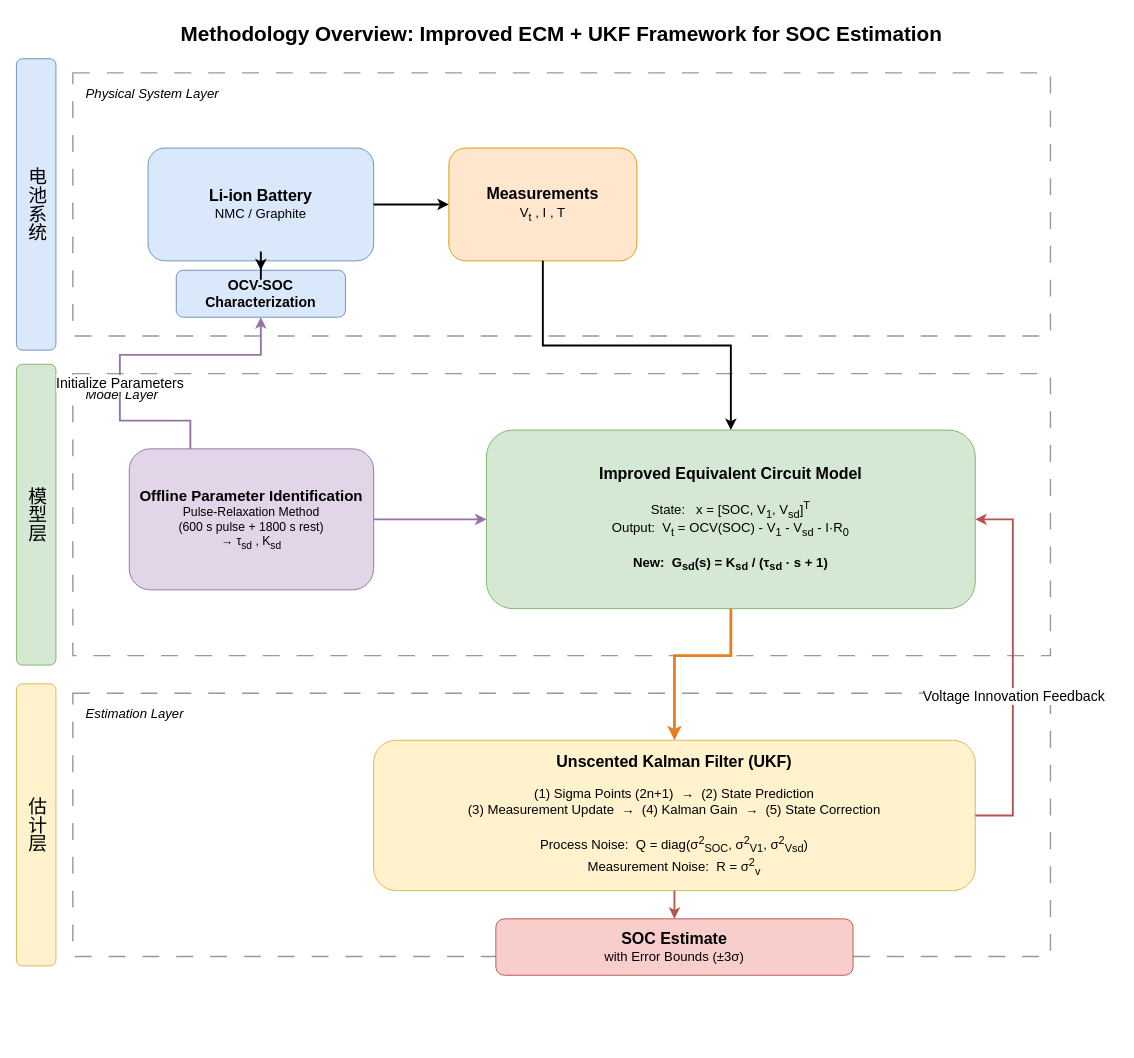
Earlier version of the draw.io diagram fig_methodology.drawio.xml (Shibaipeng/sdr-soc-estimator). Source tidied: cells renumbered, new cells numbered last; positions are measured from the earlier drawing's top-left corner, leaving out a move shared by most shapes. Both pictures are drawn from the tidied source at 94%, with x=0, y=0 at pixel (16, 16).
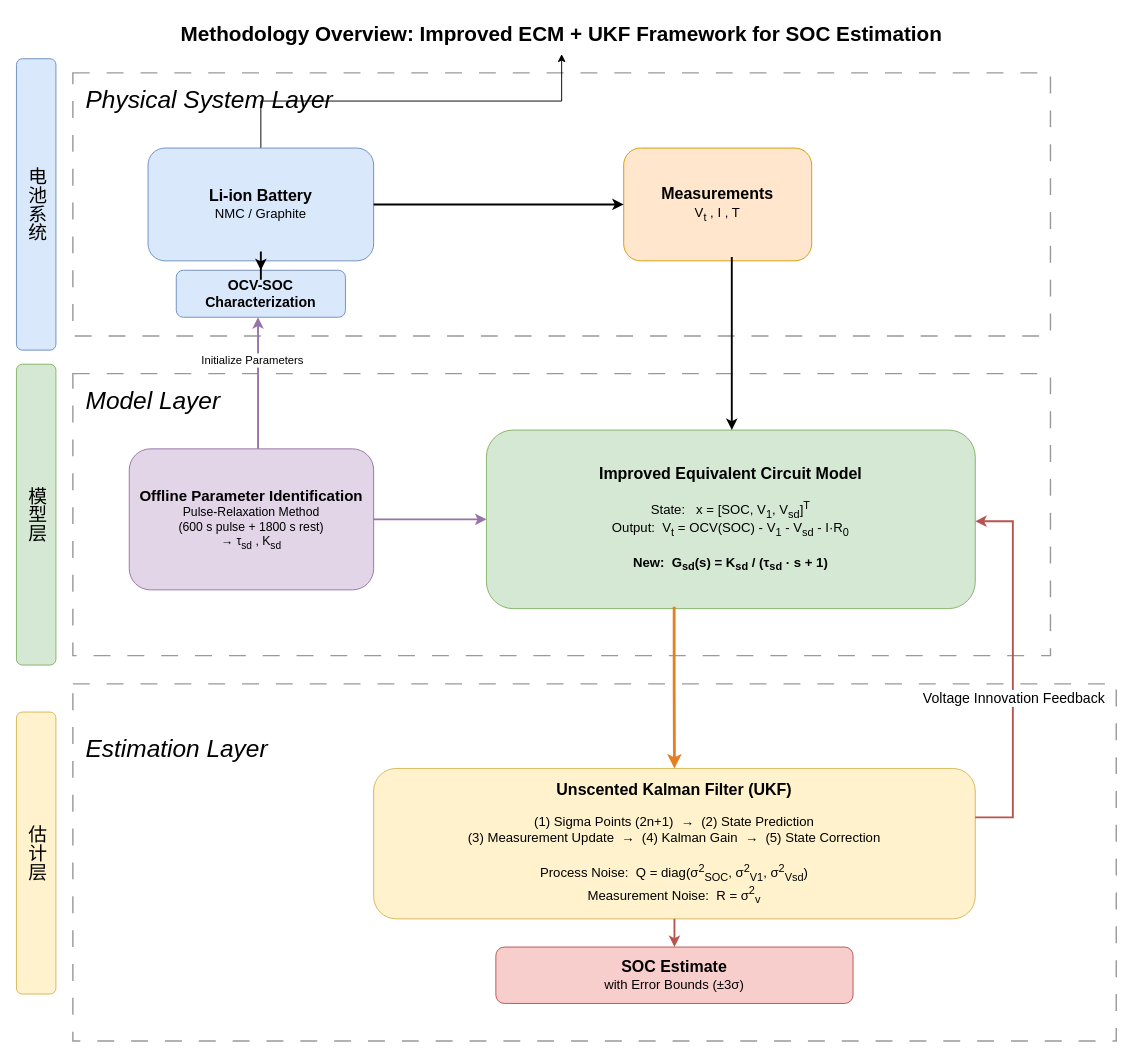
After the change.

Commit message (it also covers changes not shown here):
Update methodology framework figure with new design

Unchanged cells that the change refers to:
```xml
<mxCell id="5" value="&lt;font style=&quot;font-size: 17px;&quot;&gt;&lt;b&gt;Li-ion Battery&lt;/b&gt;&lt;/font&gt;&lt;br&gt;&lt;font style=&quot;font-size: 14px;&quot;&gt;NMC / Graphite&lt;/font&gt;" style="rounded=1;whiteSpace=wrap;html=1;fillColor=#dae8fc;strokeColor=#6c8ebf;" parent="1" vertex="1">
  <mxGeometry x="140" y="140" width="240" height="120" as="geometry" />
</mxCell>
<mxCell id="8" value="&lt;font style=&quot;font-size: 15px;&quot;&gt;&lt;b&gt;OCV-SOC Characterization&lt;/b&gt;&lt;/font&gt;" style="rounded=1;whiteSpace=wrap;html=1;fillColor=#dae8fc;strokeColor=#6c8ebf;" parent="1" vertex="1">
  <mxGeometry x="170" y="270" width="180" height="50" as="geometry" />
</mxCell>
<mxCell id="13" value="&lt;font style=&quot;font-size: 16px;&quot;&gt;&lt;b&gt;Offline Parameter Identification&lt;/b&gt;&lt;/font&gt;&lt;br&gt;&lt;font style=&quot;font-size: 13px;&quot;&gt;Pulse-Relaxation Method&lt;br&gt;(600 s pulse + 1800 s rest)&lt;br&gt;→ &amp;tau;&lt;sub&gt;sd&lt;/sub&gt; , K&lt;sub&gt;sd&lt;/sub&gt;&lt;/font&gt;" style="rounded=1;whiteSpace=wrap;html=1;fillColor=#e1d5e7;strokeColor=#9673a6;" parent="1" vertex="1">
  <mxGeometry x="120" y="460" width="260" height="150" as="geometry" />
</mxCell>
<mxCell id="14" value="&lt;font style=&quot;font-size: 17px;&quot;&gt;&lt;b&gt;Improved Equivalent Circuit Model&lt;/b&gt;&lt;/font&gt;&lt;br&gt;&lt;br&gt;&lt;font style=&quot;font-size: 14px;&quot;&gt;State:&amp;nbsp;&amp;nbsp; x = [SOC, V&lt;sub&gt;1&lt;/sub&gt;, V&lt;sub&gt;sd&lt;/sub&gt;]&lt;sup&gt;T&lt;/sup&gt;&lt;br&gt;Output:&amp;nbsp; V&lt;sub&gt;t&lt;/sub&gt; = OCV(SOC) - V&lt;sub&gt;1&lt;/sub&gt; - V&lt;sub&gt;sd&lt;/sub&gt; - I·R&lt;sub&gt;0&lt;/sub&gt;&lt;br&gt;&lt;br&gt;&lt;b&gt;New:&amp;nbsp; G&lt;sub&gt;sd&lt;/sub&gt;(s) = K&lt;sub&gt;sd&lt;/sub&gt; / (&amp;tau;&lt;sub&gt;sd&lt;/sub&gt; · s + 1)&lt;/b&gt;&lt;/font&gt;" style="rounded=1;whiteSpace=wrap;html=1;fillColor=#d5e8d4;strokeColor=#82b366;" parent="1" vertex="1">
  <mxGeometry x="500" y="440" width="520" height="190" as="geometry" />
</mxCell>
<mxCell id="28" value="&lt;font style=&quot;font-size: 22px;&quot;&gt;&lt;b&gt;Methodology Overview: Improved ECM + UKF Framework for SOC Estimation&lt;/b&gt;&lt;/font&gt;" style="text;html=1;align=center;verticalAlign=middle;whiteSpace=wrap;" parent="1" vertex="1">
  <mxGeometry x="100" width="960" height="40" as="geometry" />
</mxCell>
```

The edit, as a diff of the source:
```diff
@@
-    <mxCell id="2" style="rounded=0;whiteSpace=wrap;html=1;dashed=1;dashPattern=12 12;fillColor=none;strokeColor=#999999;strokeWidth=1.5;" parent="1" vertex="1">
-      <mxGeometry x="60" y="60" width="1040" height="280" as="geometry" />
-    </mxCell>
+    <mxCell id="29" style="rounded=0;whiteSpace=wrap;html=1;dashed=1;dashPattern=12 12;fillColor=none;strokeColor=#999999;strokeWidth=1.5;" parent="1" vertex="1">
+      <mxGeometry x="60" y="60" width="1040" height="280" as="geometry" />
+    </mxCell>
-    <mxCell id="3" value="&lt;font style=&quot;font-size: 14px; font-style: italic;&quot;&gt;Physical System Layer&lt;/font&gt;" style="text;html=1;align=left;verticalAlign=top;whiteSpace=wrap;spacing=4;" parent="1" vertex="1">
-      <mxGeometry x="70" y="65" width="220" height="22" as="geometry" />
+    <mxCell id="3" value="&lt;font style=&quot;font-style: italic;&quot;&gt;Physical System Layer&lt;/font&gt;" style="text;html=1;align=left;verticalAlign=top;whiteSpace=wrap;spacing=4;fontSize=26;" parent="1" vertex="1">
+      <mxGeometry x="70" y="65" width="300" height="22" as="geometry" />
     </mxCell>
@@
+    <mxCell id="30" style="edgeStyle=orthogonalEdgeStyle;rounded=0;jettySize=auto;html=1;" parent="1" edge="1" source="5" target="28">
+      <mxGeometry relative="1" as="geometry" />
+    </mxCell>
@@
     <mxCell id="6" value="&lt;font style=&quot;font-size: 17px;&quot;&gt;&lt;b&gt;Measurements&lt;/b&gt;&lt;/font&gt;&lt;br&gt;&lt;font style=&quot;font-size: 14px;&quot;&gt;V&lt;sub&gt;t&lt;/sub&gt; , I , T&lt;/font&gt;" style="rounded=1;whiteSpace=wrap;html=1;fillColor=#ffe6cc;strokeColor=#d79b00;" parent="1" vertex="1">
-      <mxGeometry x="460" y="140" width="200" height="120" as="geometry" />
+      <mxGeometry x="646" y="140" width="200" height="120" as="geometry" />
     </mxCell>
@@
-    <mxCell id="10" style="rounded=0;whiteSpace=wrap;html=1;dashed=1;dashPattern=12 12;fillColor=none;strokeColor=#999999;strokeWidth=1.5;" parent="1" vertex="1">
-      <mxGeometry x="60" y="380" width="1040" height="300" as="geometry" />
-    </mxCell>
+    <mxCell id="31" style="rounded=0;whiteSpace=wrap;html=1;dashed=1;dashPattern=12 12;fillColor=none;strokeColor=#999999;strokeWidth=1.5;" parent="1" vertex="1">
+      <mxGeometry x="60" y="380" width="1040" height="300" as="geometry" />
+    </mxCell>
-    <mxCell id="11" value="&lt;font style=&quot;font-size: 14px; font-style: italic;&quot;&gt;Model Layer&lt;/font&gt;" style="text;html=1;align=left;verticalAlign=top;whiteSpace=wrap;spacing=4;" parent="1" vertex="1">
+    <mxCell id="11" value="&lt;font style=&quot;font-style: italic;&quot;&gt;Model Layer&lt;/font&gt;" style="text;html=1;align=left;verticalAlign=top;whiteSpace=wrap;spacing=4;fontSize=26;" parent="1" vertex="1">
       <mxGeometry x="70" y="385" width="180" height="22" as="geometry" />
     </mxCell>
@@
-    <mxCell id="16" style="edgeStyle=orthogonalEdgeStyle;rounded=0;jettySize=auto;html=1;strokeWidth=2;entryX=0.5;entryY=0;entryDx=0;entryDy=0;exitX=0.5;exitY=1;exitDx=0;exitDy=0;" parent="1" edge="1" source="6" target="14">
-      <mxGeometry relative="1" as="geometry">
-        <Array as="points">
-          <mxPoint x="560" y="350" />
-          <mxPoint x="760" y="350" />
-        </Array>
-      </mxGeometry>
-    </mxCell>
-    <mxCell id="17" style="edgeStyle=orthogonalEdgeStyle;rounded=0;jettySize=auto;html=1;strokeWidth=2;strokeColor=#9673a6;exitX=0.25;exitY=0;exitDx=0;exitDy=0;entryX=0.5;entryY=1;entryDx=0;entryDy=0;" parent="1" edge="1" source="13" target="8">
-      <mxGeometry relative="1" as="geometry">
-        <Array as="points">
-          <mxPoint x="185" y="430" />
-          <mxPoint x="110" y="430" />
-          <mxPoint x="110" y="360" />
-          <mxPoint x="260" y="360" />
-        </Array>
-      </mxGeometry>
-    </mxCell>
+    <mxCell id="32" style="edgeStyle=orthogonalEdgeStyle;rounded=0;orthogonalLoop=1;jettySize=auto;html=1;strokeWidth=2;entryX=0.5;entryY=0;entryDx=0;entryDy=0;" parent="1" edge="1">
+      <mxGeometry relative="1" as="geometry">
+        <mxPoint x="760" y="257" as="sourcePoint" />
+        <mxPoint x="761" y="440" as="targetPoint" />
+        <Array as="points">
+          <mxPoint x="761" y="257" />
+        </Array>
+      </mxGeometry>
+    </mxCell>
+    <mxCell id="33" style="edgeStyle=orthogonalEdgeStyle;rounded=0;orthogonalLoop=1;jettySize=auto;html=1;strokeWidth=2;strokeColor=#9673a6;entryX=0.5;entryY=1;entryDx=0;entryDy=0;" parent="1" edge="1">
+      <mxGeometry relative="1" as="geometry">
+        <mxPoint x="257" y="460" as="sourcePoint" />
+        <mxPoint x="257" y="320" as="targetPoint" />
+        <Array as="points">
+          <mxPoint x="257" y="460" />
+        </Array>
+      </mxGeometry>
+    </mxCell>
-    <mxCell id="18" value="&lt;font style=&quot;font-size: 15px;&quot;&gt;Initialize Parameters&lt;/font&gt;" style="edgeLabel;html=1;align=center;verticalAlign=middle;" parent="17" vertex="1">
-      <mxGeometry x="-0.2" y="1" relative="1" as="geometry" />
+    <mxCell id="18" value="&lt;font&gt;Initialize Parameters&lt;/font&gt;" style="edgeLabel;html=1;align=center;verticalAlign=middle;fontSize=12;" parent="33" vertex="1">
+      <mxGeometry x="-0.2" y="1" relative="1" as="geometry">
+        <mxPoint x="-6" y="-39" as="offset" />
+      </mxGeometry>
     </mxCell>
-    <mxCell id="19" style="rounded=0;whiteSpace=wrap;html=1;dashed=1;dashPattern=12 12;fillColor=none;strokeColor=#999999;strokeWidth=1.5;" parent="1" vertex="1">
-      <mxGeometry x="60" y="720" width="1040" height="280" as="geometry" />
-    </mxCell>
+    <mxCell id="34" style="rounded=0;whiteSpace=wrap;html=1;dashed=1;dashPattern=12 12;fillColor=none;strokeColor=#999999;strokeWidth=1.5;" parent="1" vertex="1">
+      <mxGeometry x="60" y="710" width="1110" height="380" as="geometry" />
+    </mxCell>
-    <mxCell id="20" value="&lt;font style=&quot;font-size: 14px; font-style: italic;&quot;&gt;Estimation Layer&lt;/font&gt;" style="text;html=1;align=left;verticalAlign=top;whiteSpace=wrap;spacing=4;" parent="1" vertex="1">
-      <mxGeometry x="70" y="725" width="180" height="22" as="geometry" />
+    <mxCell id="20" value="&lt;font style=&quot;font-style: italic;&quot;&gt;Estimation Layer&lt;/font&gt;" style="text;html=1;align=left;verticalAlign=top;whiteSpace=wrap;spacing=4;fontSize=26;" parent="1" vertex="1">
+      <mxGeometry x="70" y="755" width="300" height="22" as="geometry" />
     </mxCell>
     <mxCell id="21" value="&lt;font style=&quot;font-size: 20px;&quot;&gt;估计层&lt;/font&gt;" style="rounded=1;whiteSpace=wrap;html=1;fillColor=#fff2cc;strokeColor=#d6b656;textDirection=vertical-rl;" parent="1" vertex="1">
-      <mxGeometry y="710" width="42" height="300" as="geometry" />
+      <mxGeometry y="740" width="42" height="300" as="geometry" />
     </mxCell>
     <mxCell id="22" value="&lt;font style=&quot;font-size: 17px;&quot;&gt;&lt;b&gt;Unscented Kalman Filter (UKF)&lt;/b&gt;&lt;/font&gt;&lt;br&gt;&lt;br&gt;&lt;font style=&quot;font-size: 14px;&quot;&gt;(1) Sigma Points (2n+1)&amp;nbsp;&amp;nbsp;→&amp;nbsp;&amp;nbsp;(2) State Prediction&lt;br&gt;(3) Measurement Update&amp;nbsp;&amp;nbsp;→&amp;nbsp;&amp;nbsp;(4) Kalman Gain&amp;nbsp;&amp;nbsp;→&amp;nbsp;&amp;nbsp;(5) State Correction&lt;br&gt;&lt;br&gt;Process Noise:&amp;nbsp; Q = diag(&amp;sigma;&lt;sup&gt;2&lt;/sup&gt;&lt;sub&gt;SOC&lt;/sub&gt;, &amp;sigma;&lt;sup&gt;2&lt;/sup&gt;&lt;sub&gt;V1&lt;/sub&gt;, &amp;sigma;&lt;sup&gt;2&lt;/sup&gt;&lt;sub&gt;Vsd&lt;/sub&gt;)&lt;br&gt;Measurement Noise:&amp;nbsp; R = &amp;sigma;&lt;sup&gt;2&lt;/sup&gt;&lt;sub&gt;v&lt;/sub&gt;&lt;/font&gt;" style="rounded=1;whiteSpace=wrap;html=1;fillColor=#fff2cc;strokeColor=#d6b656;" parent="1" vertex="1">
-      <mxGeometry x="380" y="770" width="640" height="160" as="geometry" />
+      <mxGeometry x="380" y="800" width="640" height="160" as="geometry" />
     </mxCell>
-    <mxCell id="23" style="edgeStyle=orthogonalEdgeStyle;rounded=0;jettySize=auto;html=1;strokeWidth=3;strokeColor=#e67e22;exitX=0.5;exitY=1;exitDx=0;exitDy=0;entryX=0.5;entryY=0;entryDx=0;entryDy=0;" parent="1" edge="1" source="14" target="22">
-      <mxGeometry relative="1" as="geometry">
-        <Array as="points">
-          <mxPoint x="760" y="680" />
-          <mxPoint x="700" y="680" />
-        </Array>
-      </mxGeometry>
+    <mxCell id="23" style="edgeStyle=orthogonalEdgeStyle;rounded=0;jettySize=auto;html=1;strokeWidth=3;strokeColor=#e67e22;entryX=0.5;entryY=0;entryDx=0;entryDy=0;exitX=0.384;exitY=0.99;exitDx=0;exitDy=0;exitPerimeter=0;" parent="1" edge="1" source="14" target="22">
+      <mxGeometry relative="1" as="geometry" />
     </mxCell>
     <mxCell id="24" value="&lt;font style=&quot;font-size: 17px;&quot;&gt;&lt;b&gt;SOC Estimate&lt;/b&gt;&lt;/font&gt;&lt;br&gt;&lt;font style=&quot;font-size: 14px;&quot;&gt;with Error Bounds (±3σ)&lt;/font&gt;" style="rounded=1;whiteSpace=wrap;html=1;fillColor=#f8cecc;strokeColor=#b85450;" parent="1" vertex="1">
-      <mxGeometry x="510" y="960" width="380" height="60" as="geometry" />
+      <mxGeometry x="510" y="990" width="380" height="60" as="geometry" />
     </mxCell>
@@
-    <mxCell id="26" style="edgeStyle=orthogonalEdgeStyle;rounded=0;jettySize=auto;html=1;strokeWidth=2;strokeColor=#b85450;exitX=1;exitY=0.5;exitDx=0;exitDy=0;entryX=1;entryY=0.5;entryDx=0;entryDy=0;" parent="1" edge="1" source="22" target="14">
-      <mxGeometry relative="1" as="geometry">
-        <Array as="points">
-          <mxPoint x="1060" y="850" />
-          <mxPoint x="1060" y="535" />
-        </Array>
-      </mxGeometry>
-    </mxCell>
+    <mxCell id="35" style="edgeStyle=orthogonalEdgeStyle;rounded=0;orthogonalLoop=1;jettySize=auto;html=1;strokeWidth=2;strokeColor=#b85450;entryX=1;entryY=0.5;entryDx=0;entryDy=0;" parent="1" edge="1">
+      <mxGeometry relative="1" as="geometry">
+        <mxPoint x="1020" y="852" as="sourcePoint" />
+        <mxPoint x="1020" y="537" as="targetPoint" />
+        <Array as="points">
+          <mxPoint x="1060" y="852" />
+          <mxPoint x="1060" y="537" />
+        </Array>
+      </mxGeometry>
+    </mxCell>
-    <mxCell id="27" value="&lt;font style=&quot;font-size: 15px;&quot;&gt;Voltage Innovation Feedback&lt;/font&gt;" style="edgeLabel;html=1;align=center;verticalAlign=middle;" parent="26" vertex="1">
+    <mxCell id="27" value="&lt;font style=&quot;font-size: 15px;&quot;&gt;Voltage Innovation Feedback&lt;/font&gt;" style="edgeLabel;html=1;align=center;verticalAlign=middle;" parent="35" vertex="1">
       <mxGeometry x="-0.15" relative="1" as="geometry" />
     </mxCell>
```
